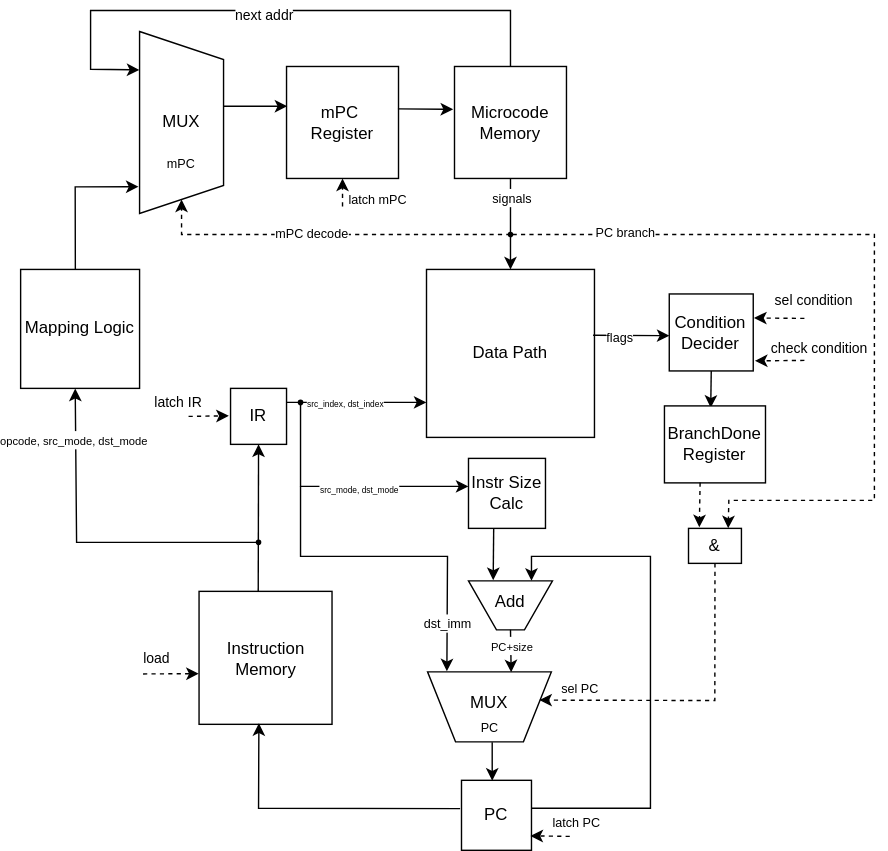
The draw.io diagram schemes/control_unit.svg in LunarSonic/csa-lab4, before a commit. Source tidied: cells renumbered, new cells last; positions are measured from the earlier drawing's top-left corner, leaving out a move shared by most shapes.
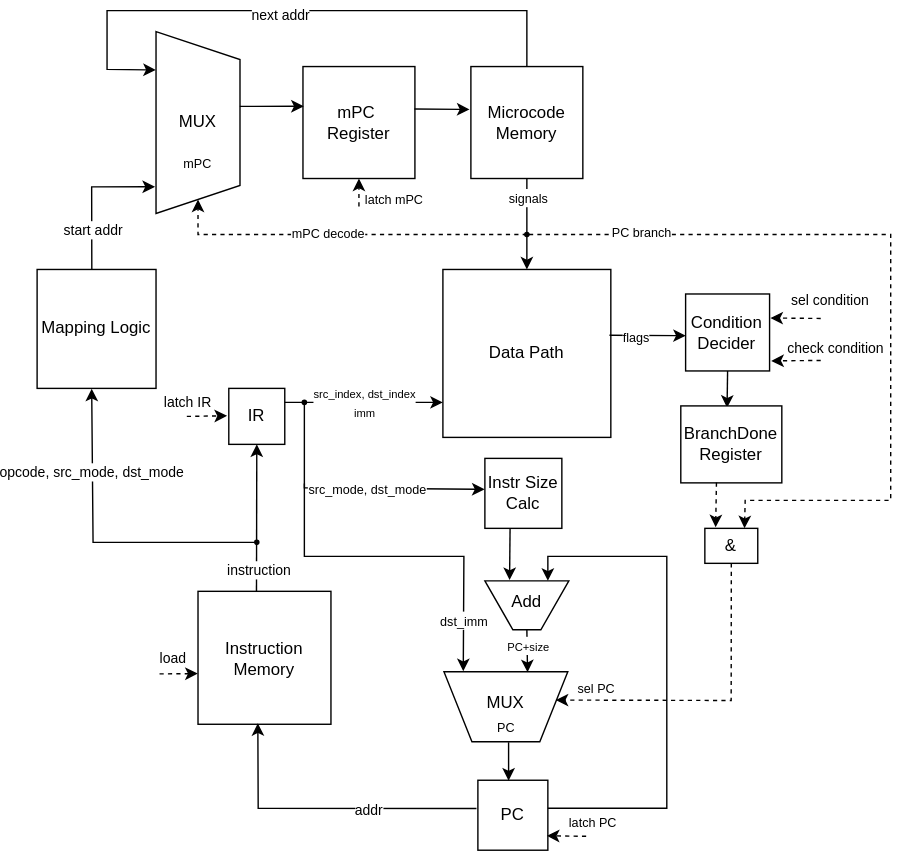
The same diagram one commit later.

Change to the diagram source:
```diff
@@ -47,16 +47,21 @@
       <mxGeometry y="185" width="85" height="85" as="geometry" />
     </mxCell>
     <mxCell id="16" value="IR" style="whiteSpace=wrap;html=1;" parent="1" vertex="1">
-      <mxGeometry x="150" y="270" width="40" height="40" as="geometry" />
+      <mxGeometry x="137" y="270" width="40" height="40" as="geometry" />
     </mxCell>
     <mxCell id="17" value="Condition&lt;div&gt;Decider&lt;/div&gt;" style="rounded=0;whiteSpace=wrap;html=1;" parent="1" vertex="1">
       <mxGeometry x="463.4" y="202.5" width="60" height="55" as="geometry" />
     </mxCell>
-    <mxCell id="18" style="endArrow=classic;html=1;rounded=0;entryX=0.5;entryY=1;entryDx=0;entryDy=0;exitX=0.445;exitY=0.003;exitDx=0;exitDy=0;exitPerimeter=0;" parent="1" edge="1" source="19" target="16">
-      <mxGeometry relative="1" as="geometry" />
+    <mxCell id="18" style="endArrow=classic;html=1;rounded=0;entryX=0.5;entryY=1;entryDx=0;entryDy=0;exitX=0.445;exitY=0.003;exitDx=0;exitDy=0;exitPerimeter=0;" parent="1" edge="1" target="16">
+      <mxGeometry relative="1" as="geometry">
+        <mxPoint x="156.8" y="415.3" as="sourcePoint" />
+      </mxGeometry>
     </mxCell>
+    <mxCell id="66" value="&amp;nbsp;&lt;span style=&quot;font-size: 10px;&quot;&gt;instruction&lt;/span&gt;" style="edgeLabel;html=1;align=center;verticalAlign=middle;" parent="18" vertex="1">
+      <mxGeometry x="-0.69" relative="1" as="geometry" />
+    </mxCell>
     <mxCell id="19" value="Instruction&lt;div&gt;Memory&lt;/div&gt;" style="whiteSpace=wrap;html=1;" parent="1" vertex="1">
-      <mxGeometry x="127.5" y="415" width="95" height="95" as="geometry" />
+      <mxGeometry x="115" y="415" width="95" height="95" as="geometry" />
     </mxCell>
     <mxCell id="20" style="endArrow=classic;html=1;rounded=0;entryX=-0.002;entryY=0.619;entryDx=0;entryDy=0;entryPerimeter=0;dashed=1;" parent="1" edge="1" target="19">
       <mxGeometry relative="1" as="geometry">
@@ -84,7 +89,7 @@
       <mxGeometry x="532.2" y="200" width="70" height="15" as="geometry" />
     </mxCell>
     <mxCell id="27" value="latch IR" style="text;html=1;whiteSpace=wrap;strokeColor=none;fillColor=none;align=center;verticalAlign=middle;rounded=0;fontSize=10;" parent="1" vertex="1">
-      <mxGeometry x="92.5" y="270" width="40" height="20" as="geometry" />
+      <mxGeometry x="88" y="270" width="40" height="20" as="geometry" />
     </mxCell>
     <mxCell id="28" value="mPC" style="text;html=1;whiteSpace=wrap;strokeColor=none;fillColor=none;align=center;verticalAlign=middle;rounded=0;fontSize=9;" parent="1" vertex="1">
       <mxGeometry x="85" y="95" width="60" height="30" as="geometry" />
@@ -103,7 +108,7 @@
     </mxCell>
     <mxCell id="31" style="endArrow=classic;html=1;rounded=0;entryX=-0.031;entryY=0.489;entryDx=0;entryDy=0;entryPerimeter=0;dashed=1;" parent="1" edge="1" target="16">
       <mxGeometry relative="1" as="geometry">
-        <mxPoint x="120" y="290" as="sourcePoint" />
+        <mxPoint x="107" y="290" as="sourcePoint" />
       </mxGeometry>
     </mxCell>
     <mxCell id="32" style="endArrow=classic;html=1;rounded=0;entryX=0.211;entryY=1.002;entryDx=0;entryDy=0;entryPerimeter=0;" parent="1" edge="1" target="3">
@@ -177,10 +182,13 @@
     <mxCell id="47" style="endArrow=classic;html=1;rounded=0;entryX=0.45;entryY=0.992;entryDx=0;entryDy=0;entryPerimeter=0;exitX=-0.02;exitY=0.404;exitDx=0;exitDy=0;exitPerimeter=0;" parent="1" edge="1" source="42" target="19">
       <mxGeometry relative="1" as="geometry">
         <Array as="points">
-          <mxPoint x="170" y="570" />
+          <mxPoint x="158" y="570" />
         </Array>
       </mxGeometry>
     </mxCell>
+    <mxCell id="67" value="&lt;font size=&quot;1&quot;&gt;addr&lt;/font&gt;" style="edgeLabel;html=1;align=center;verticalAlign=middle;" parent="47" vertex="1">
+      <mxGeometry x="-0.28" relative="1" as="geometry" />
+    </mxCell>
     <mxCell id="48" style="endArrow=classic;html=1;rounded=0;exitX=0.5;exitY=0;exitDx=0;exitDy=0;entryX=0.325;entryY=0.993;entryDx=0;entryDy=0;entryPerimeter=0;" parent="1" edge="1" source="39" target="44">
       <mxGeometry relative="1" as="geometry" />
     </mxCell>
@@ -218,33 +226,29 @@
     </mxCell>
     <mxCell id="57" style="endArrow=classic;html=1;rounded=0;entryX=0.459;entryY=1.002;entryDx=0;entryDy=0;entryPerimeter=0;startArrow=oval;startFill=1;startSize=3;" parent="1" edge="1" target="15">
       <mxGeometry relative="1" as="geometry">
-        <mxPoint x="170" y="380" as="sourcePoint" />
+        <mxPoint x="157" y="380" as="sourcePoint" />
         <Array as="points">
           <mxPoint x="40" y="380" />
         </Array>
       </mxGeometry>
     </mxCell>
-    <mxCell id="58" value="&lt;font style=&quot;font-size: 8px;&quot;&gt;opcode, src_mode, dst_mode&lt;/font&gt;" style="edgeLabel;html=1;align=center;verticalAlign=middle;" parent="57" vertex="1">
-      <mxGeometry x="0.7" y="2" relative="1" as="geometry" />
+    <mxCell id="58" value="&lt;span style=&quot;font-size: 10px;&quot;&gt;opcode, src_mode, dst_mode&lt;/span&gt;" style="edgeLabel;html=1;align=center;verticalAlign=middle;" parent="57" vertex="1">
+      <mxGeometry x="0.48" y="1" relative="1" as="geometry" />
     </mxCell>
-    <mxCell id="59" style="endArrow=classic;html=1;rounded=0;exitX=1;exitY=0.25;exitDx=0;exitDy=0;" parent="1" edge="1" source="16">
+    <mxCell id="59" value="&lt;font style=&quot;font-size: 8px;&quot;&gt;src_index, dst_index&lt;/font&gt;&lt;div&gt;&lt;font style=&quot;font-size: 8px;&quot;&gt;imm&lt;/font&gt;&lt;/div&gt;" style="endArrow=classic;html=1;rounded=0;exitX=1;exitY=0.25;exitDx=0;exitDy=0;" parent="1" edge="1" source="16">
       <mxGeometry relative="1" as="geometry">
         <mxPoint x="290" y="280" as="targetPoint" />
       </mxGeometry>
     </mxCell>
-    <mxCell id="60" value="&lt;font style=&quot;font-size: 6px;&quot;&gt;src_index, dst_index&lt;/font&gt;" style="edgeLabel;html=1;align=center;verticalAlign=middle;" parent="59" vertex="1">
-      <mxGeometry x="-0.17" relative="1" as="geometry" />
-    </mxCell>
-    <mxCell id="61" style="endArrow=classic;html=1;rounded=0;startArrow=oval;startFill=1;startSize=3;" parent="1" edge="1">
+    <mxCell id="61" style="endArrow=classic;html=1;rounded=0;startArrow=oval;startFill=1;startSize=3;entryX=-0.004;entryY=0.442;entryDx=0;entryDy=0;entryPerimeter=0;" parent="1" edge="1" target="41">
       <mxGeometry relative="1" as="geometry">
-        <mxPoint x="200" y="280" as="sourcePoint" />
-        <mxPoint x="320" y="340" as="targetPoint" />
+        <mxPoint x="191" y="280" as="sourcePoint" />
         <Array as="points">
-          <mxPoint x="200" y="340" />
+          <mxPoint x="191" y="341" />
         </Array>
       </mxGeometry>
     </mxCell>
-    <mxCell id="62" value="&lt;span style=&quot;font-size: 6px;&quot;&gt;src_mode, dst_mode&lt;/span&gt;" style="edgeLabel;html=1;align=center;verticalAlign=middle;" parent="61" vertex="1">
+    <mxCell id="62" value="&lt;font style=&quot;font-size: 9px;&quot;&gt;src_mode, dst_mode&lt;/font&gt;" style="edgeLabel;html=1;align=center;verticalAlign=middle;" parent="61" vertex="1">
       <mxGeometry x="0.12" relative="1" as="geometry" />
     </mxCell>
     <mxCell id="63" style="endArrow=classic;html=1;rounded=0;entryX=0.853;entryY=1.012;entryDx=0;entryDy=0;entryPerimeter=0;exitX=0.46;exitY=0.003;exitDx=0;exitDy=0;exitPerimeter=0;" parent="1" edge="1" source="15" target="3">
@@ -254,11 +258,14 @@
         </Array>
       </mxGeometry>
     </mxCell>
+    <mxCell id="68" value="&lt;font style=&quot;font-size: 10px;&quot;&gt;start addr&lt;/font&gt;" style="edgeLabel;html=1;align=center;verticalAlign=middle;" parent="63" vertex="1">
+      <mxGeometry x="-0.44" relative="1" as="geometry" />
+    </mxCell>
     <mxCell id="64" style="endArrow=classic;html=1;rounded=0;entryX=0.844;entryY=1.008;entryDx=0;entryDy=0;entryPerimeter=0;" parent="1" edge="1" target="44">
       <mxGeometry relative="1" as="geometry">
-        <mxPoint x="200" y="340" as="sourcePoint" />
+        <mxPoint x="191" y="338" as="sourcePoint" />
         <Array as="points">
-          <mxPoint x="200" y="390" />
+          <mxPoint x="191" y="390" />
           <mxPoint x="305" y="390" />
         </Array>
       </mxGeometry>
```
